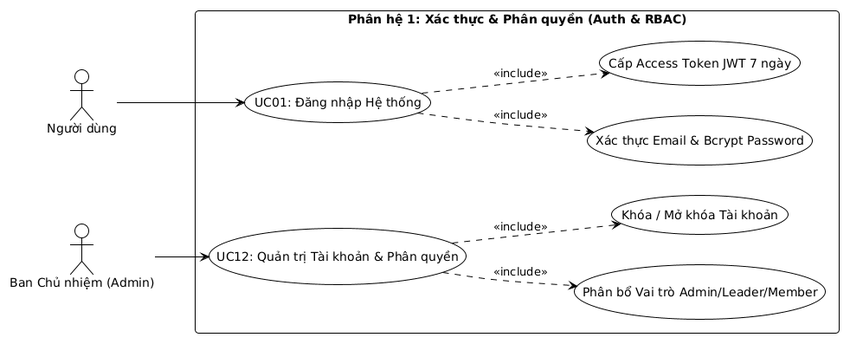
Earlier version of the PlantUML export images/usecase_sub1_auth.png (nda2801/Student_Club_Management). Its source is kept beside it as docs/plantuml/usecase_sub1_auth.puml. Source of this version:
```plantuml
@startuml usecase_sub1_auth
!theme plain
skinparam backgroundColor #FFFFFF
skinparam shadowing false
skinparam roundcorner 8

left to right direction
actor "Người dùng" as User
actor "Ban Chủ nhiệm (Admin)" as Admin

rectangle "Phân hệ 1: Xác thực & Phân quyền (Auth & RBAC)" {
    usecase "UC01: Đăng nhập Hệ thống" as UC01
    usecase "Xác thực Email & Bcrypt Password" as UC01_P
    usecase "Cấp Access Token JWT 7 ngày" as UC01_JWT
    usecase "UC12: Quản trị Tài khoản & Phân quyền" as UC12
    usecase "Phân bổ Vai trò Admin/Leader/Member" as UC12_Role
    usecase "Khóa / Mở khóa Tài khoản" as UC12_Lock
}

User --> UC01
UC01 ..> UC01_P : <<include>>
UC01 ..> UC01_JWT : <<include>>

Admin --> UC12
UC12 ..> UC12_Role : <<include>>
UC12 ..> UC12_Lock : <<include>>
@enduml
```
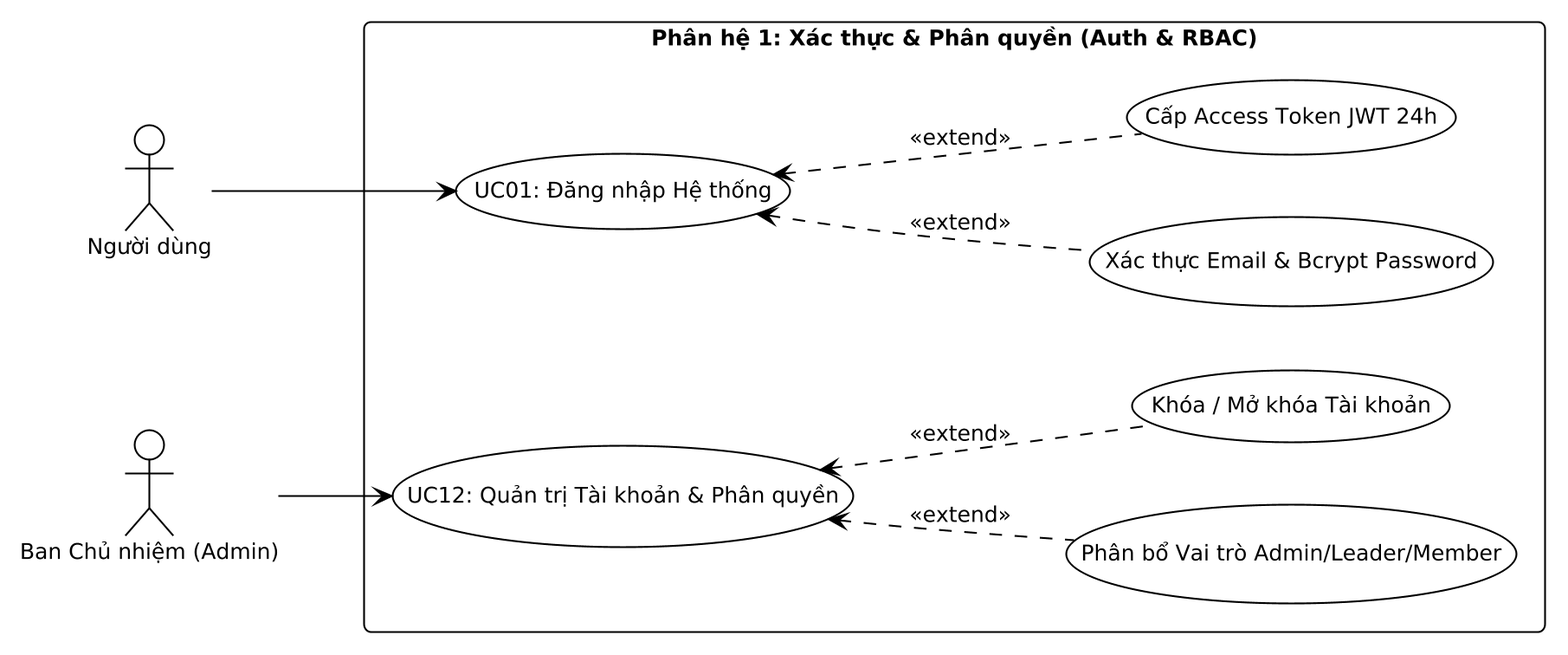
The same file after the commit.

The edit, as a diff of the source:
```diff
@@ -3,6 +3,9 @@
 skinparam backgroundColor #FFFFFF
 skinparam shadowing false
 skinparam roundcorner 8
+skinparam defaultFontName "Segoe UI"
+skinparam defaultFontSize 12
+skinparam dpi 200
 
 left to right direction
 actor "Người dùng" as User
@@ -11,17 +14,17 @@
 rectangle "Phân hệ 1: Xác thực & Phân quyền (Auth & RBAC)" {
     usecase "UC01: Đăng nhập Hệ thống" as UC01
     usecase "Xác thực Email & Bcrypt Password" as UC01_P
-    usecase "Cấp Access Token JWT 7 ngày" as UC01_JWT
+    usecase "Cấp Access Token JWT 24h" as UC01_JWT
     usecase "UC12: Quản trị Tài khoản & Phân quyền" as UC12
     usecase "Phân bổ Vai trò Admin/Leader/Member" as UC12_Role
     usecase "Khóa / Mở khóa Tài khoản" as UC12_Lock
 }
 
 User --> UC01
-UC01 ..> UC01_P : <<include>>
-UC01 ..> UC01_JWT : <<include>>
+UC01 <.. UC01_P : <<extend>>
+UC01 <.. UC01_JWT : <<extend>>
 
 Admin --> UC12
-UC12 ..> UC12_Role : <<include>>
-UC12 ..> UC12_Lock : <<include>>
+UC12 <.. UC12_Role : <<extend>>
+UC12 <.. UC12_Lock : <<extend>>
 @enduml
```
